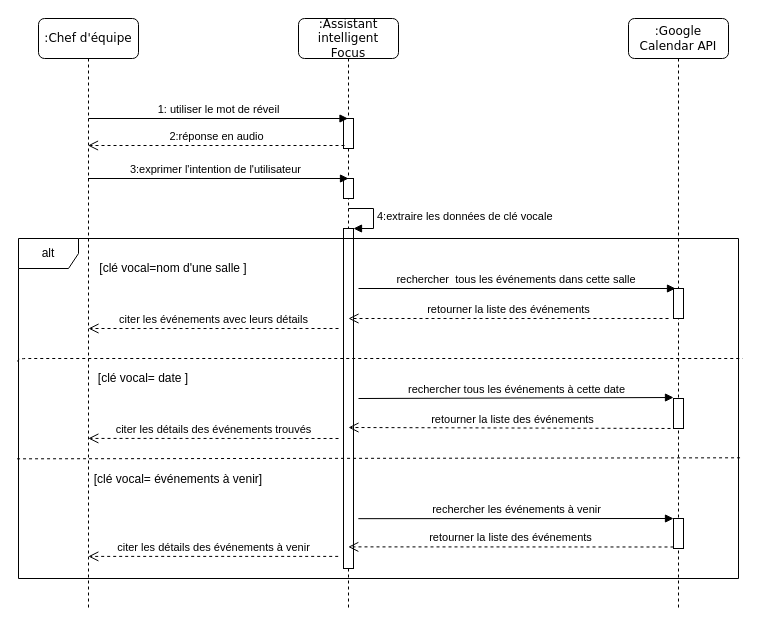
The draw.io diagram affiche event.drawio in hanabouzid/diagrams, before the edit. Source tidied: cells renumbered, new cells numbered last; positions are measured from the earlier drawing's top-left corner, leaving out a move shared by most shapes. Both pictures are drawn from the tidied source at 100%, with x=0, y=0 at pixel (18, 18).
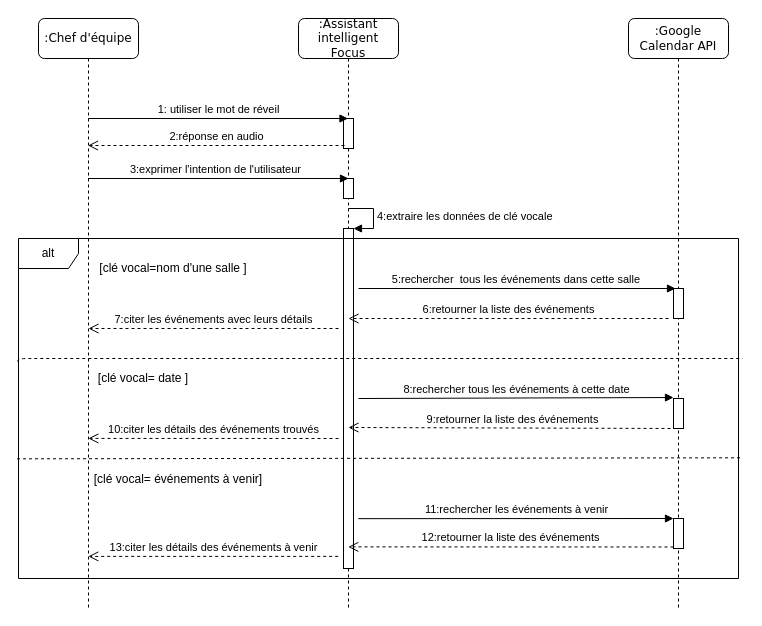
The same page after the edit.

Unchanged cells that the change refers to:
```xml
<mxCell id="12" value="alt" style="shape=umlFrame;whiteSpace=wrap;html=1;" parent="1" vertex="1">
  <mxGeometry y="220" width="720" height="340" as="geometry" />
</mxCell>
<mxCell id="15" style="html=1;points=[];perimeter=orthogonalPerimeter;" parent="1" vertex="1">
  <mxGeometry x="655" y="270" width="10" height="30" as="geometry" />
</mxCell>
<mxCell id="20" style="html=1;points=[];perimeter=orthogonalPerimeter;" parent="1" vertex="1">
  <mxGeometry x="655" y="380" width="10" height="30" as="geometry" />
</mxCell>
<mxCell id="24" style="html=1;points=[];perimeter=orthogonalPerimeter;" parent="1" vertex="1">
  <mxGeometry x="655" y="500" width="10" height="30" as="geometry" />
</mxCell>
```

Change to the diagram source:
```diff
@@
-    <mxCell id="14" value="rechercher&amp;nbsp; tous les événements dans cette salle&amp;nbsp;" style="html=1;verticalAlign=bottom;endArrow=block;entryX=0.2;entryY=0;entryDx=0;entryDy=0;entryPerimeter=0;" parent="1" edge="1" target="15">
+    <mxCell id="14" value="5:rechercher&amp;nbsp; tous les événements dans cette salle&amp;nbsp;" style="html=1;verticalAlign=bottom;endArrow=block;entryX=0.2;entryY=0;entryDx=0;entryDy=0;entryPerimeter=0;" parent="1" edge="1" target="15">
       <mxGeometry relative="1" as="geometry">
         <mxPoint x="340" y="270" as="sourcePoint" />
       </mxGeometry>
     </mxCell>
@@
-    <mxCell id="16" value="retourner la liste des événements" style="html=1;verticalAlign=bottom;endArrow=open;dashed=1;endSize=8;" parent="1" edge="1">
+    <mxCell id="16" value="6:retourner la liste des événements" style="html=1;verticalAlign=bottom;endArrow=open;dashed=1;endSize=8;" parent="1" edge="1">
       <mxGeometry relative="1" as="geometry">
         <mxPoint x="650" y="300" as="sourcePoint" />
         <mxPoint x="330" y="300" as="targetPoint" />
       </mxGeometry>
     </mxCell>
-    <mxCell id="17" value="citer les événements avec leurs détails" style="html=1;verticalAlign=bottom;endArrow=open;dashed=1;endSize=8;" parent="1" edge="1">
+    <mxCell id="17" value="7:citer les événements avec leurs détails" style="html=1;verticalAlign=bottom;endArrow=open;dashed=1;endSize=8;" parent="1" edge="1">
       <mxGeometry relative="1" as="geometry">
         <mxPoint x="320" y="310" as="sourcePoint" />
         <mxPoint x="70" y="310" as="targetPoint" />
       </mxGeometry>
     </mxCell>
@@
-    <mxCell id="19" value="rechercher tous les événements à cette date" style="html=1;verticalAlign=bottom;endArrow=block;entryX=0;entryY=-0.033;entryDx=0;entryDy=0;entryPerimeter=0;" parent="1" edge="1" target="20">
+    <mxCell id="19" value="8:rechercher tous les événements à cette date" style="html=1;verticalAlign=bottom;endArrow=block;entryX=0;entryY=-0.033;entryDx=0;entryDy=0;entryPerimeter=0;" parent="1" edge="1" target="20">
       <mxGeometry relative="1" as="geometry">
         <mxPoint x="340" y="380" as="sourcePoint" />
       </mxGeometry>
     </mxCell>
@@
-    <mxCell id="21" value="retourner la liste des événements" style="html=1;verticalAlign=bottom;endArrow=open;dashed=1;endSize=8;exitX=0.3;exitY=1;exitDx=0;exitDy=0;exitPerimeter=0;" parent="1" edge="1" source="20">
+    <mxCell id="21" value="9:retourner la liste des événements" style="html=1;verticalAlign=bottom;endArrow=open;dashed=1;endSize=8;exitX=0.3;exitY=1;exitDx=0;exitDy=0;exitPerimeter=0;" parent="1" edge="1" source="20">
       <mxGeometry relative="1" as="geometry">
         <mxPoint x="330" y="409" as="targetPoint" />
       </mxGeometry>
     </mxCell>
-    <mxCell id="22" value="citer les détails des événements trouvés" style="html=1;verticalAlign=bottom;endArrow=open;dashed=1;endSize=8;entryX=0.097;entryY=0.588;entryDx=0;entryDy=0;entryPerimeter=0;" parent="1" edge="1" target="12">
+    <mxCell id="22" value="10:citer les détails des événements trouvés" style="html=1;verticalAlign=bottom;endArrow=open;dashed=1;endSize=8;entryX=0.097;entryY=0.588;entryDx=0;entryDy=0;entryPerimeter=0;" parent="1" edge="1" target="12">
       <mxGeometry relative="1" as="geometry">
         <mxPoint x="320" y="420" as="sourcePoint" />
       </mxGeometry>
     </mxCell>
@@
-    <mxCell id="25" value="rechercher les événements à venir" style="html=1;verticalAlign=bottom;endArrow=block;entryX=0;entryY=0;exitX=0.472;exitY=0.824;exitDx=0;exitDy=0;exitPerimeter=0;" parent="1" edge="1" source="12" target="24">
+    <mxCell id="25" value="11:rechercher les événements à venir" style="html=1;verticalAlign=bottom;endArrow=block;entryX=0;entryY=0;exitX=0.472;exitY=0.824;exitDx=0;exitDy=0;exitPerimeter=0;" parent="1" edge="1" source="12" target="24">
       <mxGeometry relative="1" as="geometry" />
     </mxCell>
-    <mxCell id="26" value="retourner la liste des événements" style="html=1;verticalAlign=bottom;endArrow=open;dashed=1;endSize=8;exitX=0;exitY=0.95;entryX=0.458;entryY=0.907;entryDx=0;entryDy=0;entryPerimeter=0;" parent="1" edge="1" source="24" target="12">
+    <mxCell id="26" value="12:retourner la liste des événements" style="html=1;verticalAlign=bottom;endArrow=open;dashed=1;endSize=8;exitX=0;exitY=0.95;entryX=0.458;entryY=0.907;entryDx=0;entryDy=0;entryPerimeter=0;" parent="1" edge="1" source="24" target="12">
       <mxGeometry relative="1" as="geometry" />
     </mxCell>
-    <mxCell id="27" value="citer les détails des événements à venir" style="html=1;verticalAlign=bottom;endArrow=open;dashed=1;endSize=8;entryX=0.097;entryY=0.935;entryDx=0;entryDy=0;entryPerimeter=0;exitX=0.444;exitY=0.935;exitDx=0;exitDy=0;exitPerimeter=0;" parent="1" edge="1" source="12" target="12">
+    <mxCell id="27" value="13:citer les détails des événements à venir" style="html=1;verticalAlign=bottom;endArrow=open;dashed=1;endSize=8;entryX=0.097;entryY=0.935;entryDx=0;entryDy=0;entryPerimeter=0;exitX=0.444;exitY=0.935;exitDx=0;exitDy=0;exitPerimeter=0;" parent="1" edge="1" source="12" target="12">
       <mxGeometry relative="1" as="geometry" />
     </mxCell>
```
